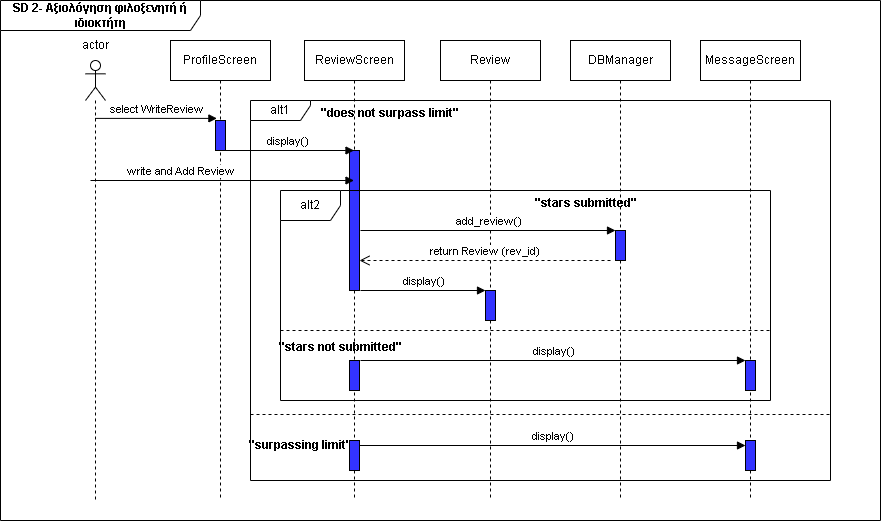
This is SD2-UC2.drawio.png from GeorgeTsav/Software-Technology---Project-2024-2025, a draw.io export, as it was before one commit. Source tidied: cells renumbered, new cells last; positions are measured from the earlier drawing's top-left corner, leaving out a move shared by most shapes.
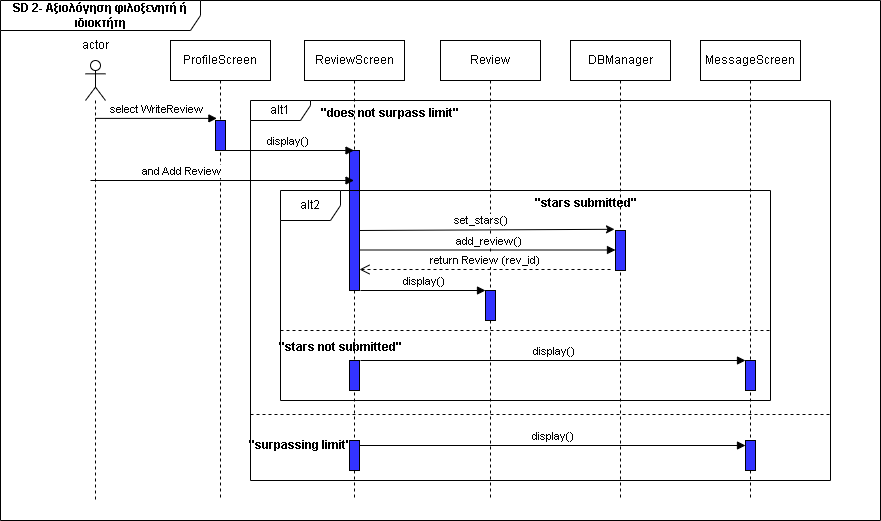
Above is the later version.

Change to the diagram source:
```diff
@@ -41,7 +41,7 @@
         <mxPoint x="353.5" y="150" as="targetPoint" />
       </mxGeometry>
     </mxCell>
-    <mxCell id="14" value="write and Add Review" style="html=1;verticalAlign=bottom;endArrow=block;curved=0;rounded=0;" parent="1" edge="1">
+    <mxCell id="14" value="&amp;nbsp;and Add Review" style="html=1;verticalAlign=bottom;endArrow=block;curved=0;rounded=0;" parent="1" edge="1">
       <mxGeometry x="-0.32" relative="1" as="geometry">
         <mxPoint x="90" y="180" as="sourcePoint" />
         <mxPoint x="353.5" y="180" as="targetPoint" />
@@ -57,17 +57,21 @@
       <mxGeometry x="280" y="190" width="490" height="210" as="geometry" />
     </mxCell>
     <mxCell id="18" style="html=1;points=[[0,0,0,0,5],[0,1,0,0,-5],[1,0,0,0,5],[1,1,0,0,-5]];perimeter=orthogonalPerimeter;outlineConnect=0;targetShapes=umlLifeline;portConstraint=eastwest;newEdgeStyle={&quot;curved&quot;:0,&quot;rounded&quot;:0};fillColor=#3333FF;" parent="1" vertex="1">
-      <mxGeometry x="615" y="230" width="10" height="30" as="geometry" />
+      <mxGeometry x="615" y="230" width="10" height="40" as="geometry" />
     </mxCell>
     <mxCell id="19" value="add_review()" style="html=1;verticalAlign=bottom;endArrow=block;curved=0;rounded=0;" parent="1" edge="1">
       <mxGeometry relative="1" as="geometry">
-        <mxPoint x="360" y="230" as="sourcePoint" />
-        <mxPoint x="615" y="230" as="targetPoint" />
+        <mxPoint x="360" y="249.5" as="sourcePoint" />
+        <mxPoint x="615" y="249.5" as="targetPoint" />
       </mxGeometry>
     </mxCell>
-    <mxCell id="20" value="return Review (rev_id)" style="html=1;verticalAlign=bottom;endArrow=open;dashed=1;endSize=8;curved=0;rounded=0;" parent="1" edge="1" target="8">
+    <mxCell id="20" value="return Review (rev_id)" style="html=1;verticalAlign=bottom;endArrow=open;dashed=1;endSize=8;curved=0;rounded=0;" parent="1" edge="1">
       <mxGeometry relative="1" as="geometry">
-        <mxPoint x="610" y="260" as="sourcePoint" />
+        <mxPoint x="610" y="269" as="sourcePoint" />
+        <mxPoint x="359" y="269" as="targetPoint" />
+        <Array as="points">
+          <mxPoint x="550" y="269" />
+        </Array>
       </mxGeometry>
     </mxCell>
     <mxCell id="21" value="&quot;stars submitted&quot;" style="text;align=center;fontStyle=1;verticalAlign=middle;spacingLeft=3;spacingRight=3;strokeColor=none;html=1;" parent="1" vertex="1">
@@ -113,5 +117,10 @@
     <mxCell id="33" style="line;strokeWidth=1;fillColor=none;align=left;verticalAlign=middle;spacingTop=-1;spacingLeft=3;spacingRight=3;labelPosition=right;strokeColor=inherit;dashed=1;" parent="1" vertex="1">
       <mxGeometry x="250" y="410" width="580" height="8" as="geometry" />
     </mxCell>
+    <mxCell id="34" value="set_stars()" style="endArrow=classic;html=1;rounded=0;entryX=-0.1;entryY=-0.03;entryDx=0;entryDy=0;entryPerimeter=0;" parent="1" edge="1" target="18">
+      <mxGeometry x="-0.05" y="9" relative="1" as="geometry">
+        <mxPoint x="359" y="230" as="sourcePoint" />
+      </mxGeometry>
+    </mxCell>
   </root>
 </mxGraphModel>
```
